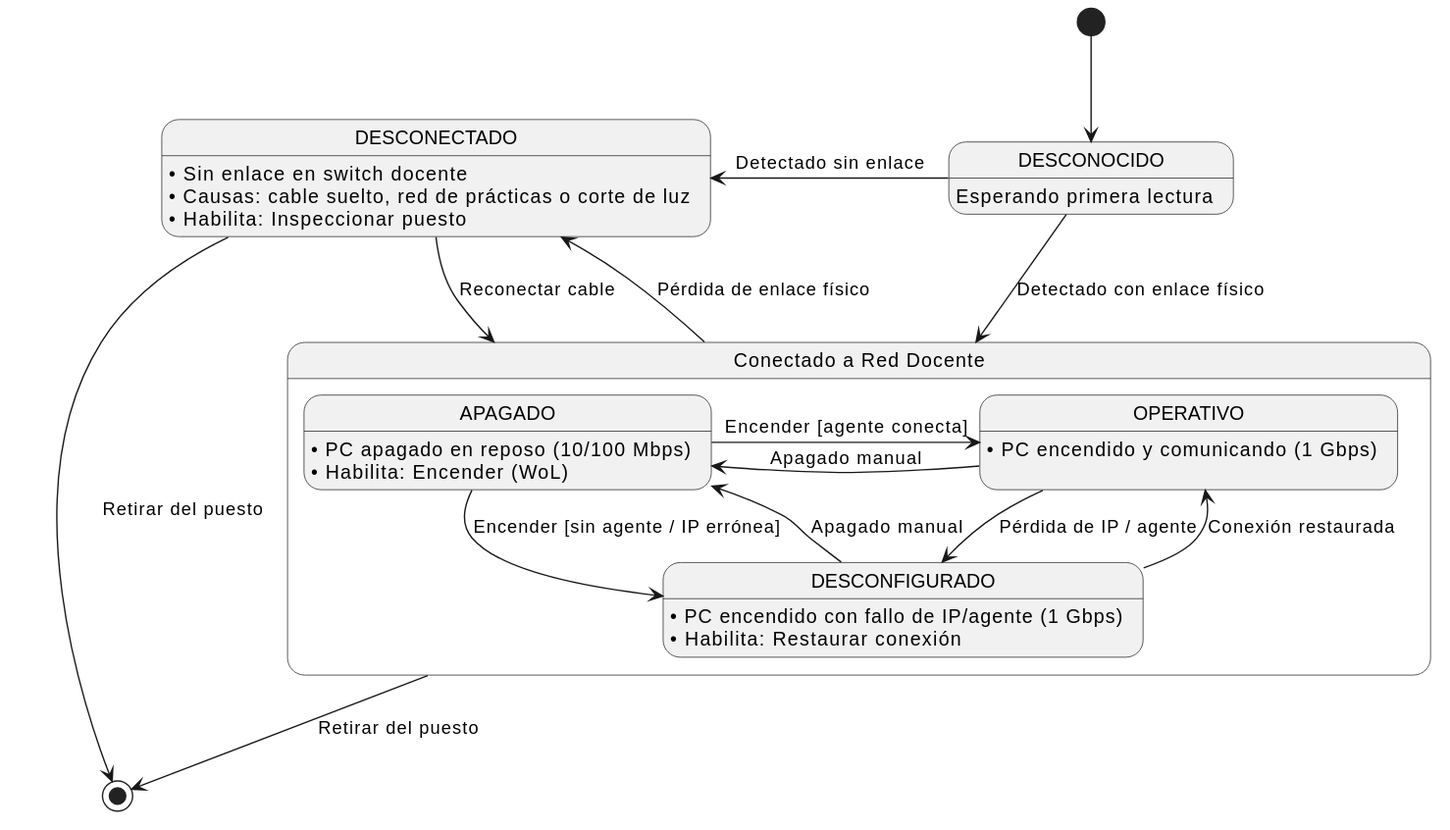
Carlos-Lima2510/mesh-panel keeps this PlantUML diagram as images/00-modelo-del-dominio/diagrama-estados/diagrama-estados-host.svg. Above is the earlier version. The source it was exported from:
```plantuml
@startuml
[*] -down-> DESCONOCIDO

state DESCONOCIDO : Esperando primera lectura

state "Conectado a Red Docente" as CONECTADO {
    state APAGADO : • PC apagado en reposo (10/100 Mbps)\n• Habilita: Encender (WoL)
    state OPERATIVO : • PC encendido y comunicando (1 Gbps)\n
    state DESCONFIGURADO : • PC encendido con fallo de IP/agente (1 Gbps)\n• Habilita: Restaurar conexión

    APAGADO -right-> OPERATIVO : Encender [agente conecta]
    APAGADO -right-> DESCONFIGURADO : Encender [sin agente / IP errónea]

    OPERATIVO -down-> DESCONFIGURADO : Pérdida de IP / agente
    OPERATIVO -left-> APAGADO : Apagado manual
    DESCONFIGURADO -up-> OPERATIVO : Conexión restaurada
    DESCONFIGURADO -left-> APAGADO : Apagado manual
}

state DESCONECTADO : • Sin enlace en switch docente\n• Causas: cable suelto, red de prácticas o corte de luz\n• Habilita: Inspeccionar puesto

DESCONOCIDO -down-> CONECTADO : Detectado con enlace físico
DESCONOCIDO -left-> DESCONECTADO : Detectado sin enlace

CONECTADO -left-> DESCONECTADO : Pérdida de enlace físico
DESCONECTADO -right-> CONECTADO : Reconectar cable

CONECTADO -down-> [*] : Retirar del puesto
DESCONECTADO -down-> [*] : Retirar del puesto
@enduml
```
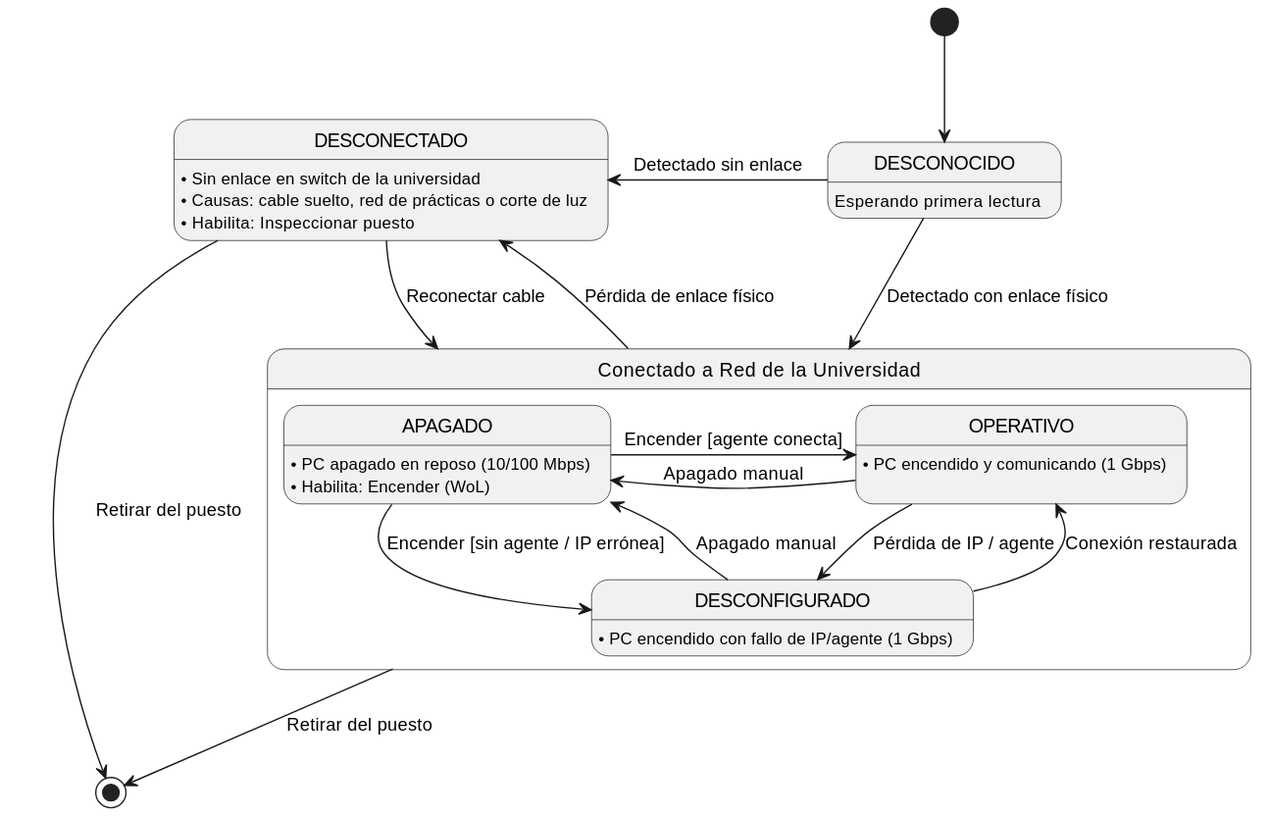
After the change.

Commit message:
Update documentation and SVG diagram for network states

What changed in the source:
```diff
@@ -3,10 +3,10 @@
 
 state DESCONOCIDO : Esperando primera lectura
 
-state "Conectado a Red Docente" as CONECTADO {
+state "Conectado a Red de la Universidad" as CONECTADO {
     state APAGADO : • PC apagado en reposo (10/100 Mbps)\n• Habilita: Encender (WoL)
     state OPERATIVO : • PC encendido y comunicando (1 Gbps)\n
-    state DESCONFIGURADO : • PC encendido con fallo de IP/agente (1 Gbps)\n• Habilita: Restaurar conexión
+    state DESCONFIGURADO : • PC encendido con fallo de IP/agente (1 Gbps)
 
     APAGADO -right-> OPERATIVO : Encender [agente conecta]
     APAGADO -right-> DESCONFIGURADO : Encender [sin agente / IP errónea]
@@ -17,7 +17,7 @@
     DESCONFIGURADO -left-> APAGADO : Apagado manual
 }
 
-state DESCONECTADO : • Sin enlace en switch docente\n• Causas: cable suelto, red de prácticas o corte de luz\n• Habilita: Inspeccionar puesto
+state DESCONECTADO : • Sin enlace en switch de la universidad\n• Causas: cable suelto, red de prácticas o corte de luz\n• Habilita: Inspeccionar puesto
 
 DESCONOCIDO -down-> CONECTADO : Detectado con enlace físico
 DESCONOCIDO -left-> DESCONECTADO : Detectado sin enlace
```
